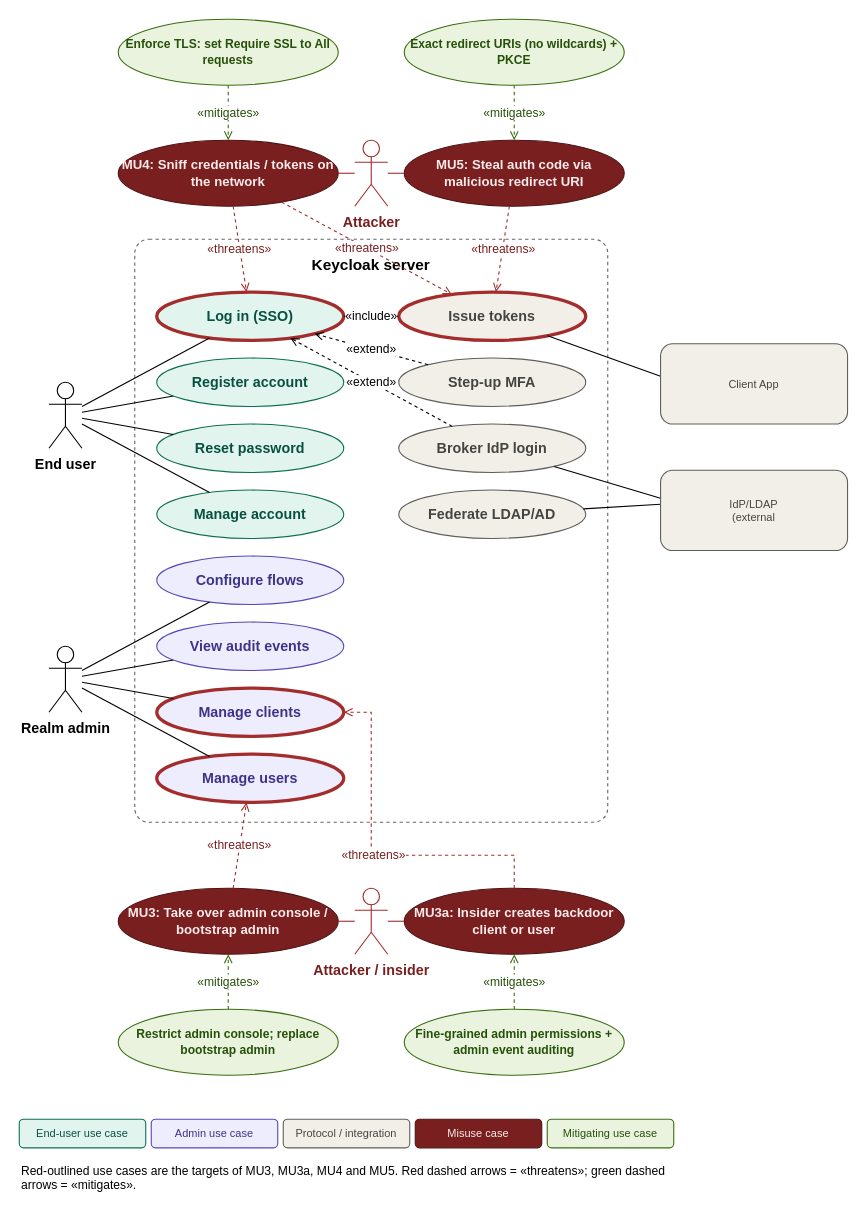
Above: interaction_2/keycloak_misuse_case_diagram.drawio in AyRidd03/SoftwareAssuranceTeam3 (draw.io), before the change. Source tidied: cells renumbered, new cells numbered last; positions are measured from the earlier drawing's top-left corner, leaving out a move shared by most shapes. Both pictures are drawn from the tidied source at 110%, with x=0, y=0 at pixel (19, 19).
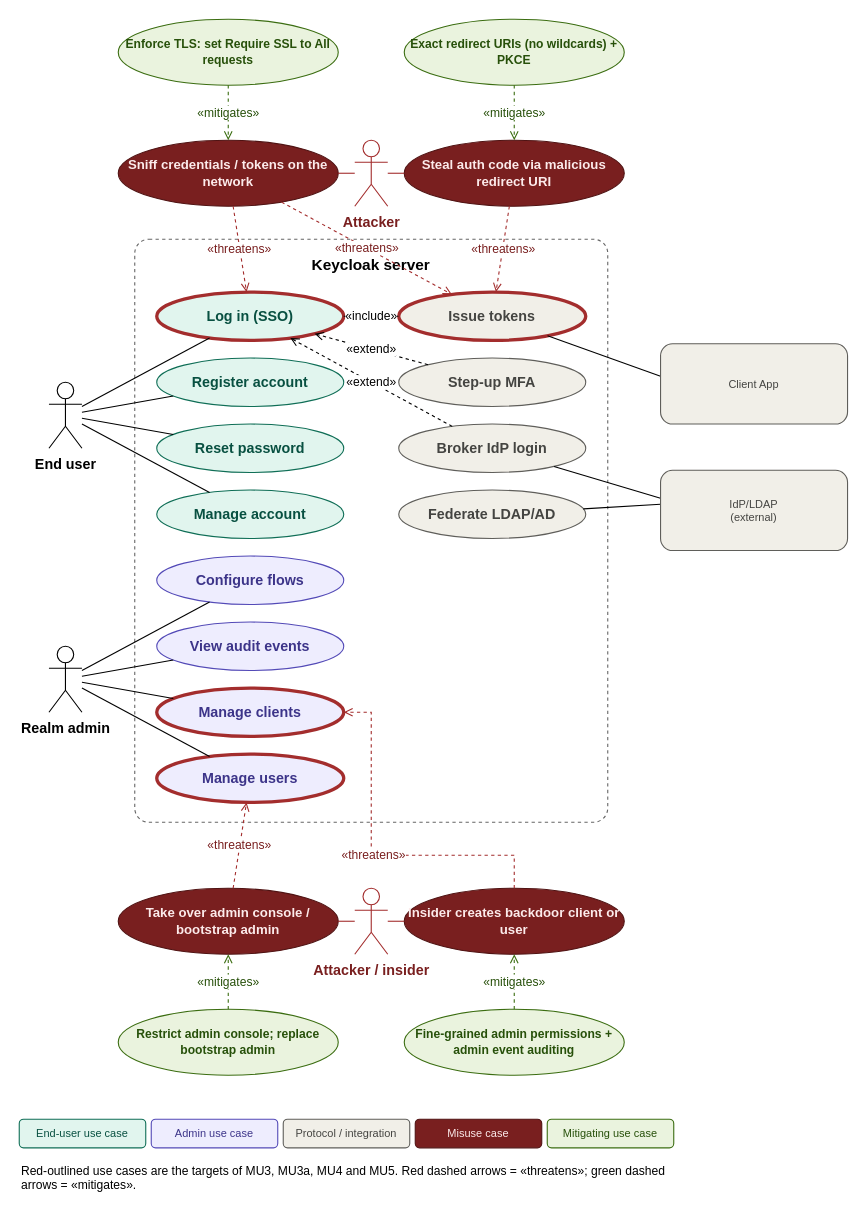
The same page after the edit.

Change to the diagram source:
```diff
@@
-    <mxCell id="31" value="MU4: Sniff credentials / tokens on the network" style="ellipse;whiteSpace=wrap;html=1;fillColor=#791F1F;strokeColor=#501313;fontColor=#FCEBEB;fontStyle=1;fontSize=12;" parent="1" vertex="1">
+    <mxCell id="31" value="Sniff credentials / tokens on the network" style="ellipse;whiteSpace=wrap;html=1;fillColor=#791F1F;strokeColor=#501313;fontColor=#FCEBEB;fontStyle=1;fontSize=12;" parent="1" vertex="1">
       <mxGeometry x="90" y="110" width="200" height="60" as="geometry" />
     </mxCell>
-    <mxCell id="32" value="MU5: Steal auth code via malicious redirect URI" style="ellipse;whiteSpace=wrap;html=1;fillColor=#791F1F;strokeColor=#501313;fontColor=#FCEBEB;fontStyle=1;fontSize=12;" parent="1" vertex="1">
+    <mxCell id="32" value="Steal auth code via malicious redirect URI" style="ellipse;whiteSpace=wrap;html=1;fillColor=#791F1F;strokeColor=#501313;fontColor=#FCEBEB;fontStyle=1;fontSize=12;" parent="1" vertex="1">
       <mxGeometry x="350" y="110" width="200" height="60" as="geometry" />
     </mxCell>
-    <mxCell id="33" value="MU3: Take over admin console / bootstrap admin" style="ellipse;whiteSpace=wrap;html=1;fillColor=#791F1F;strokeColor=#501313;fontColor=#FCEBEB;fontStyle=1;fontSize=12;" parent="1" vertex="1">
+    <mxCell id="33" value="Take over admin console / bootstrap admin" style="ellipse;whiteSpace=wrap;html=1;fillColor=#791F1F;strokeColor=#501313;fontColor=#FCEBEB;fontStyle=1;fontSize=12;" parent="1" vertex="1">
       <mxGeometry x="90" y="790" width="200" height="60" as="geometry" />
     </mxCell>
-    <mxCell id="34" value="MU3a: Insider creates backdoor client or user" style="ellipse;whiteSpace=wrap;html=1;fillColor=#791F1F;strokeColor=#501313;fontColor=#FCEBEB;fontStyle=1;fontSize=12;" parent="1" vertex="1">
+    <mxCell id="34" value="Insider creates backdoor client or user" style="ellipse;whiteSpace=wrap;html=1;fillColor=#791F1F;strokeColor=#501313;fontColor=#FCEBEB;fontStyle=1;fontSize=12;" parent="1" vertex="1">
       <mxGeometry x="350" y="790" width="200" height="60" as="geometry" />
     </mxCell>
@@
-    <mxCell id="61" value="IdP/LDAP&lt;div&gt;(external&lt;/div&gt;" style="rounded=1;whiteSpace=wrap;html=1;fillColor=#F1EFE8;strokeColor=#5F5E5A;fontColor=#444441;fontSize=10;" parent="1" vertex="1">
+    <mxCell id="61" value="IdP/LDAP&lt;div&gt;(external)&lt;/div&gt;" style="rounded=1;whiteSpace=wrap;html=1;fillColor=#F1EFE8;strokeColor=#5F5E5A;fontColor=#444441;fontSize=10;" parent="1" vertex="1">
       <mxGeometry x="583" y="410" width="170" height="73" as="geometry" />
     </mxCell>
```
